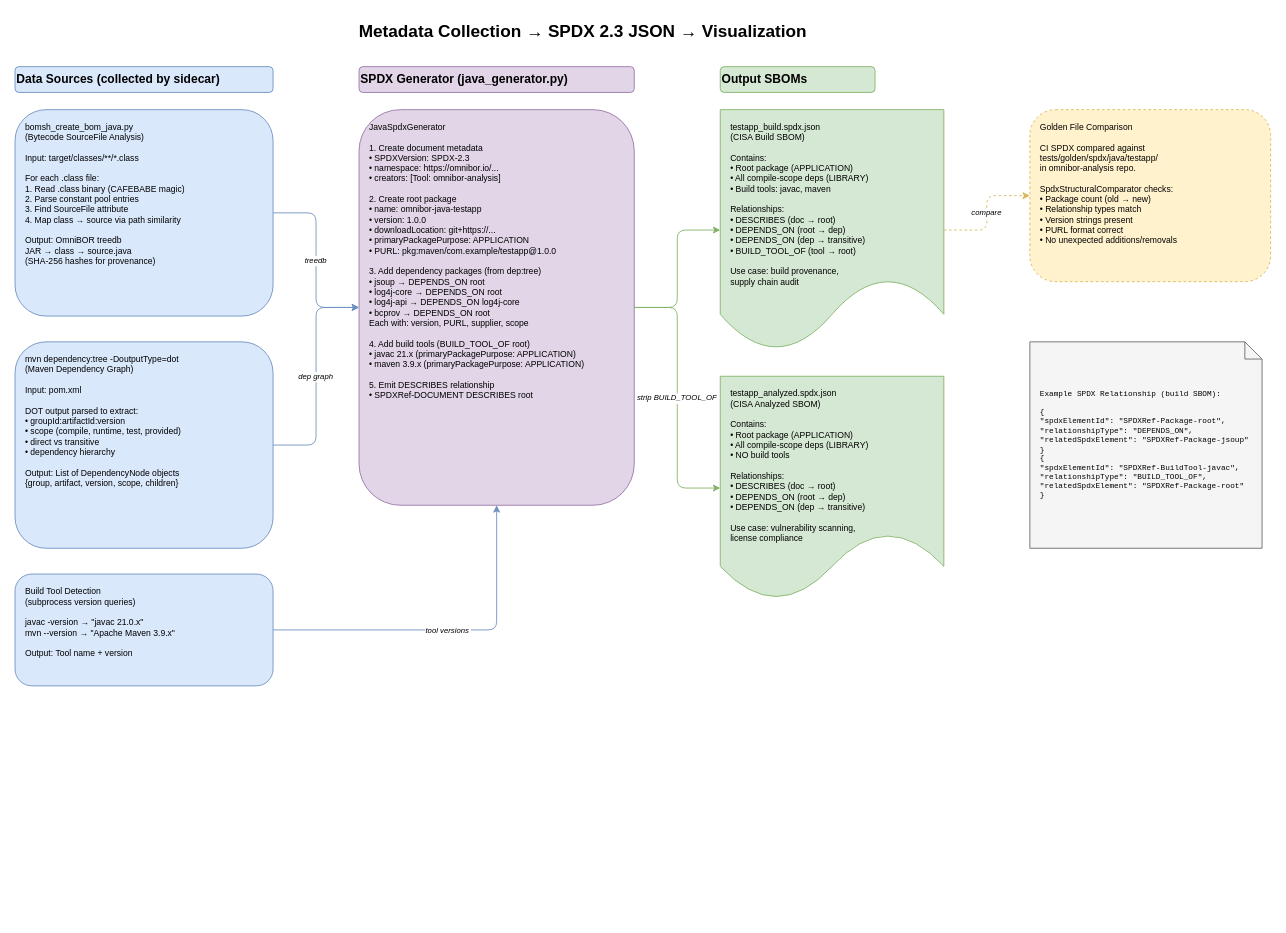
Before: docs/spdx-generation.drawio in tedg-dev/omnibor-java-testapp, a draw.io diagram. Source tidied: cells renumbered, new cells numbered last; positions are measured from the earlier drawing's top-left corner, leaving out a move shared by most shapes. Both pictures are drawn from the tidied source at 86%, with x=0, y=0 at pixel (15, 15).
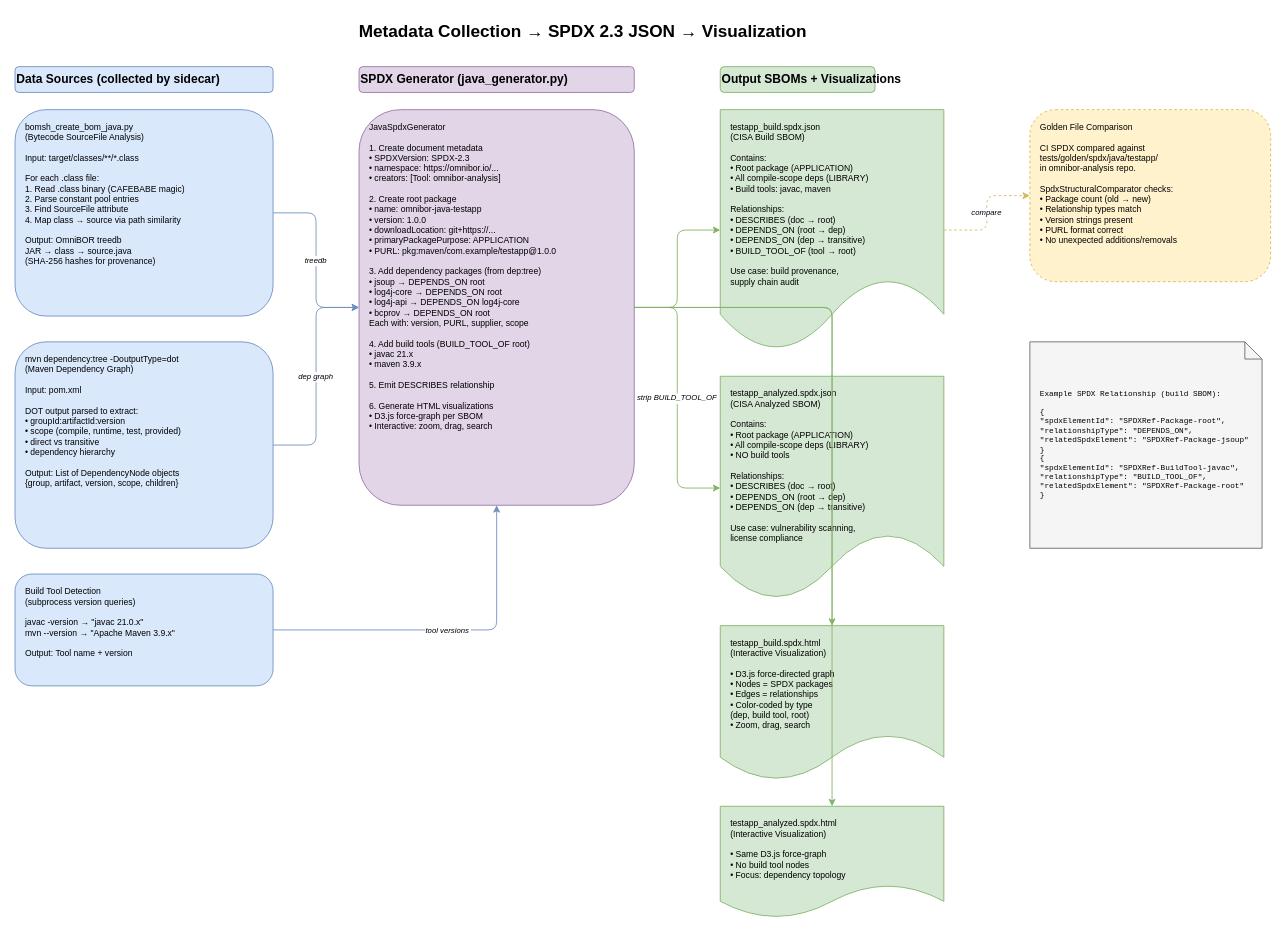
After the change.

Commit message (it also covers changes not shown here):
docs: add HTML visualization output to SPDX and CI pipeline diagrams (#4)

Diff of the diagram source:
```diff
@@
-    <mxCell id="8" value="JavaSpdxGenerator&#10;&#10;1. Create document metadata&#10;   • SPDXVersion: SPDX-2.3&#10;   • namespace: https://omnibor.io/...&#10;   • creators: [Tool: omnibor-analysis]&#10;&#10;2. Create root package&#10;   • name: omnibor-java-testapp&#10;   • version: 1.0.0&#10;   • downloadLocation: git+https://...&#10;   • primaryPackagePurpose: APPLICATION&#10;   • PURL: pkg:maven/com.example/testapp@1.0.0&#10;&#10;3. Add dependency packages (from dep:tree)&#10;   • jsoup → DEPENDS_ON root&#10;   • log4j-core → DEPENDS_ON root&#10;   • log4j-api → DEPENDS_ON log4j-core&#10;   • bcprov → DEPENDS_ON root&#10;   Each with: version, PURL, supplier, scope&#10;&#10;4. Add build tools (BUILD_TOOL_OF root)&#10;   • javac 21.x (primaryPackagePurpose: APPLICATION)&#10;   • maven 3.9.x (primaryPackagePurpose: APPLICATION)&#10;&#10;5. Emit DESCRIBES relationship&#10;   • SPDXRef-DOCUMENT DESCRIBES root" style="rounded=1;whiteSpace=wrap;html=1;fillColor=#e1d5e7;strokeColor=#9673a6;fontSize=10;align=left;spacingLeft=10;verticalAlign=top;spacingTop=8;" parent="1" vertex="1">
+    <mxCell id="8" value="JavaSpdxGenerator&#10;&#10;1. Create document metadata&#10;   • SPDXVersion: SPDX-2.3&#10;   • namespace: https://omnibor.io/...&#10;   • creators: [Tool: omnibor-analysis]&#10;&#10;2. Create root package&#10;   • name: omnibor-java-testapp&#10;   • version: 1.0.0&#10;   • downloadLocation: git+https://...&#10;   • primaryPackagePurpose: APPLICATION&#10;   • PURL: pkg:maven/com.example/testapp@1.0.0&#10;&#10;3. Add dependency packages (from dep:tree)&#10;   • jsoup → DEPENDS_ON root&#10;   • log4j-core → DEPENDS_ON root&#10;   • log4j-api → DEPENDS_ON log4j-core&#10;   • bcprov → DEPENDS_ON root&#10;   Each with: version, PURL, supplier, scope&#10;&#10;4. Add build tools (BUILD_TOOL_OF root)&#10;   • javac 21.x&#10;   • maven 3.9.x&#10;&#10;5. Emit DESCRIBES relationship&#10;&#10;6. Generate HTML visualizations&#10;   • D3.js force-graph per SBOM&#10;   • Interactive: zoom, drag, search" style="rounded=1;whiteSpace=wrap;html=1;fillColor=#e1d5e7;strokeColor=#9673a6;fontSize=10;align=left;spacingLeft=10;verticalAlign=top;spacingTop=8;" parent="1" vertex="1">
       <mxGeometry x="400" y="110" width="320" height="460" as="geometry" />
     </mxCell>
@@
-    <mxCell id="12" value="Output SBOMs" style="text;html=1;fontSize=14;fontStyle=1;fillColor=#d5e8d4;strokeColor=#82b366;rounded=1;" parent="1" vertex="1">
+    <mxCell id="12" value="Output SBOMs + Visualizations" style="text;html=1;fontSize=14;fontStyle=1;fillColor=#d5e8d4;strokeColor=#82b366;rounded=1;" parent="1" vertex="1">
       <mxGeometry x="820" y="60" width="180" height="30" as="geometry" />
     </mxCell>
@@
+    <mxCell id="20" value="testapp_build.spdx.html&#10;(Interactive Visualization)&#10;&#10;• D3.js force-directed graph&#10;• Nodes = SPDX packages&#10;• Edges = relationships&#10;• Color-coded by type&#10;  (dep, build tool, root)&#10;• Zoom, drag, search" style="shape=document;whiteSpace=wrap;html=1;fillColor=#d5e8d4;strokeColor=#82b366;fontSize=10;align=left;spacingLeft=10;verticalAlign=top;spacingTop=8;" parent="1" vertex="1">
+      <mxGeometry x="820" y="710" width="260" height="180" as="geometry" />
+    </mxCell>
+    <mxCell id="21" value="testapp_analyzed.spdx.html&#10;(Interactive Visualization)&#10;&#10;• Same D3.js force-graph&#10;• No build tool nodes&#10;• Focus: dependency topology" style="shape=document;whiteSpace=wrap;html=1;fillColor=#d5e8d4;strokeColor=#82b366;fontSize=10;align=left;spacingLeft=10;verticalAlign=top;spacingTop=8;" parent="1" vertex="1">
+      <mxGeometry x="820" y="920" width="260" height="130" as="geometry" />
+    </mxCell>
+    <mxCell id="22" style="edgeStyle=orthogonalEdgeStyle;rounded=1;strokeColor=#82b366;" parent="1" edge="1" source="8" target="20">
+      <mxGeometry relative="1" as="geometry" />
+    </mxCell>
+    <mxCell id="23" style="edgeStyle=orthogonalEdgeStyle;rounded=1;strokeColor=#82b366;" parent="1" edge="1" source="8" target="21">
+      <mxGeometry relative="1" as="geometry" />
+    </mxCell>
```
